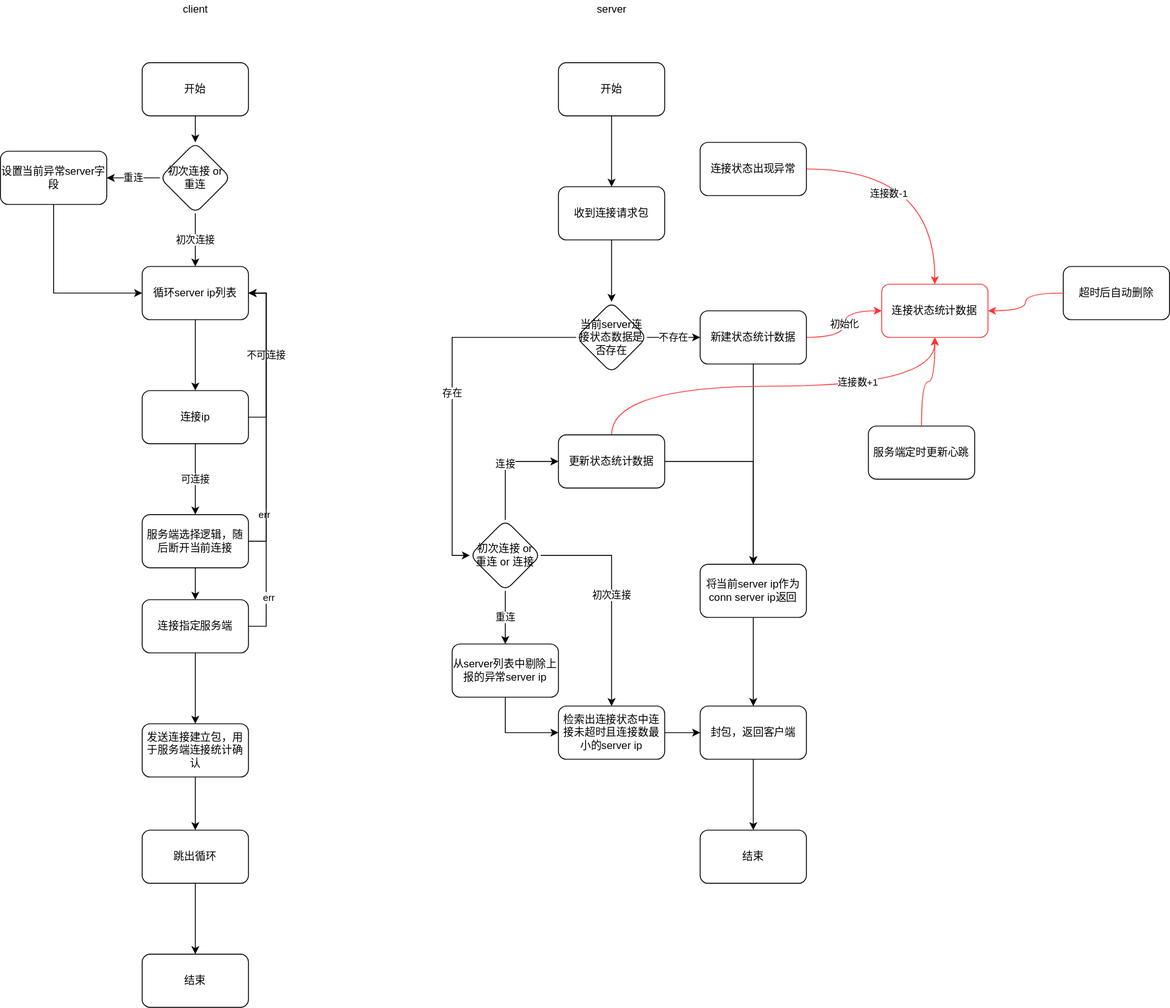
This is tc_客户端连接服务端逻辑图.svg from c17abab/diag_pics, a draw.io export, as it was before one commit. Source tidied: cells renumbered, new cells last; positions are measured from the earlier drawing's top-left corner, leaving out a move shared by most shapes.
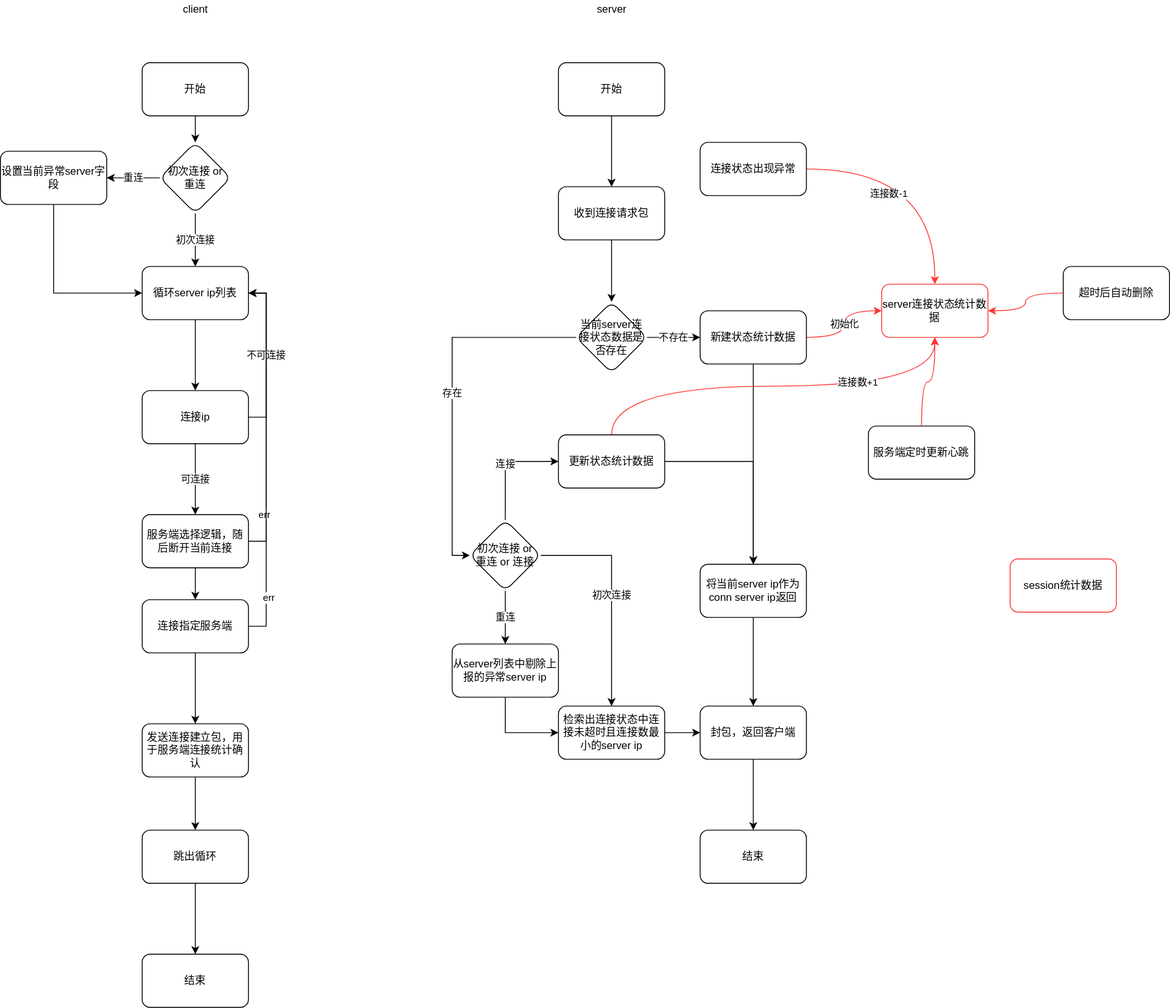
Later version of the same file.

Commit message:
更新tc_客户端连接服务端逻辑图.svg

The edit, as a diff of the source:
```diff
@@ -196,7 +196,7 @@
     <mxCell id="58" value="连接状态出现异常" style="whiteSpace=wrap;html=1;rounded=1;" parent="1" vertex="1">
       <mxGeometry x="790" y="160" width="120" height="60" as="geometry" />
     </mxCell>
-    <mxCell id="59" value="连接状态统计数据" style="whiteSpace=wrap;html=1;rounded=1;strokeColor=#FF3333;" parent="1" vertex="1">
+    <mxCell id="59" value="server连接状态统计数据" style="whiteSpace=wrap;html=1;rounded=1;strokeColor=#FF3333;" parent="1" vertex="1">
       <mxGeometry x="995" y="320" width="120" height="60" as="geometry" />
     </mxCell>
     <mxCell id="60" value="服务端定时更新心跳" style="whiteSpace=wrap;html=1;rounded=1;" parent="1" vertex="1">
@@ -215,5 +215,8 @@
         <mxPoint x="1115" y="350" as="targetPoint" />
       </mxGeometry>
     </mxCell>
+    <mxCell id="64" value="session统计数据" style="whiteSpace=wrap;html=1;rounded=1;strokeColor=#FF3333;" parent="1" vertex="1">
+      <mxGeometry x="1140" y="630" width="120" height="60" as="geometry" />
+    </mxCell>
   </root>
 </mxGraphModel>
```
